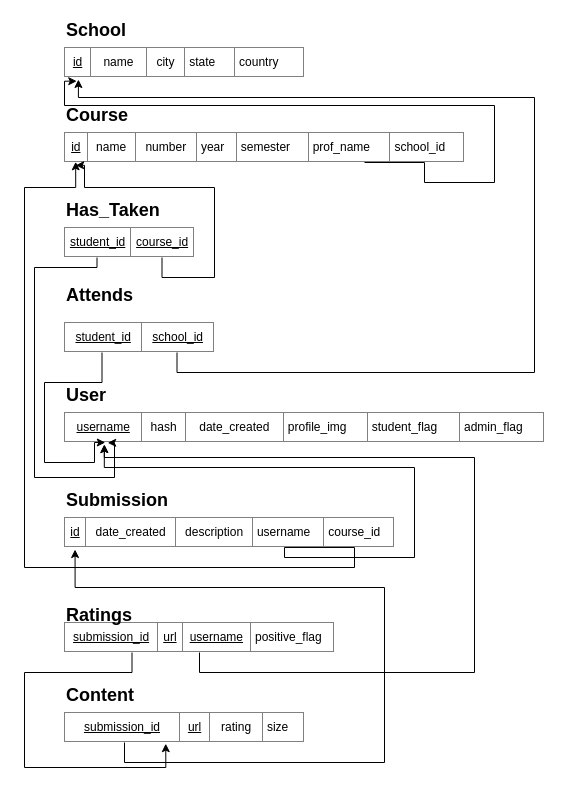
The draw.io diagram Relation_Set.drawio in Thomas-McKanna/CourseBin, before the edit. Source tidied: cells renumbered, new cells numbered last; positions are measured from the earlier drawing's top-left corner, leaving out a move shared by most shapes. Both pictures are drawn from the tidied source at 100%, with x=0, y=0 at pixel (24, 17).
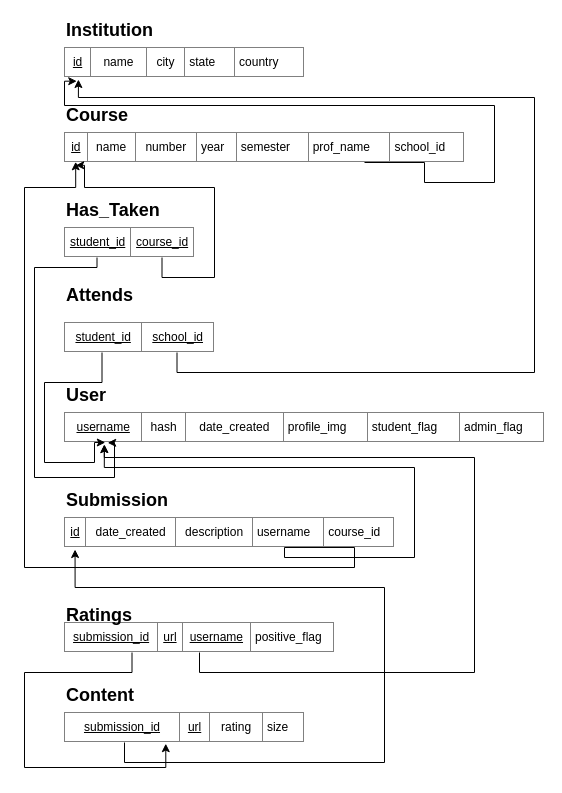
Above is the later version.

What changed in the source:
```diff
@@
-    <mxCell id="5" value="&lt;b&gt;&lt;font style=&quot;font-size: 18px&quot;&gt;School&lt;/font&gt;&lt;/b&gt;" style="text;html=1;align=left;verticalAlign=top;spacingTop=-4;" parent="1" vertex="1">
-      <mxGeometry x="40" width="80" height="20" as="geometry" />
+    <mxCell id="5" value="&lt;b&gt;&lt;font style=&quot;font-size: 18px&quot;&gt;Institution&lt;/font&gt;&lt;/b&gt;" style="text;html=1;align=left;verticalAlign=top;spacingTop=-4;" parent="1" vertex="1">
+      <mxGeometry x="40" width="100" height="20" as="geometry" />
     </mxCell>
```
